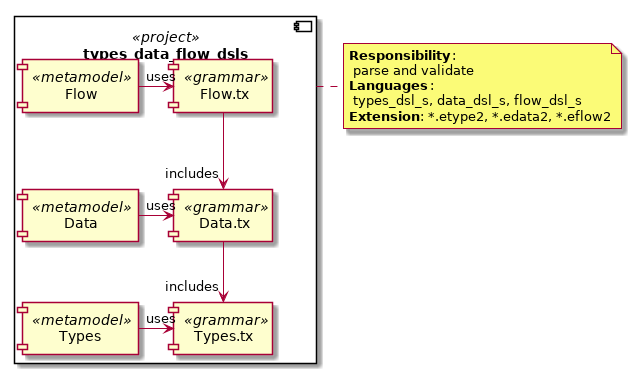
This is images/types_data_flow_02.png from textX/textx-multi-metamodel-example, a PlantUML export, as it was before one commit.
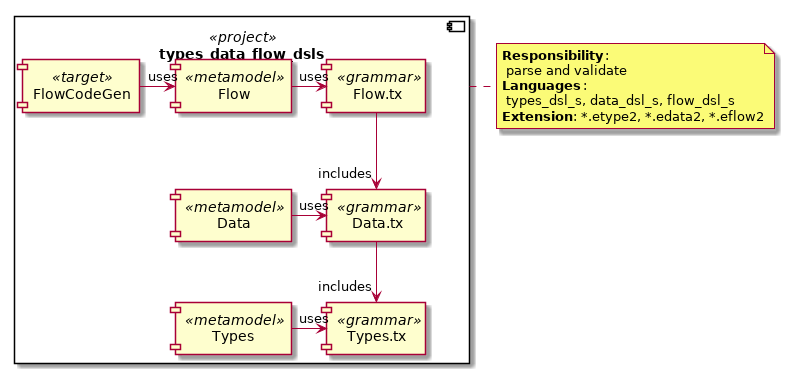
The same diagram one commit later.

The edit, as a diff of the source:
```diff
@@ -7,6 +7,9 @@
 	component Types <<metamodel>> as Types
 	component Data <<metamodel>> as Data
 	component Flow <<metamodel>> as Flow
+
+	component FlowCodeGen <<target>> as FlowCodeGen
+
 }
 
 note as Note
@@ -26,4 +29,6 @@
 Data -> "uses" DataG
 Flow -> "uses" FlowG
 
+FlowCodeGen -> "uses" Flow
+
 @enduml
```
